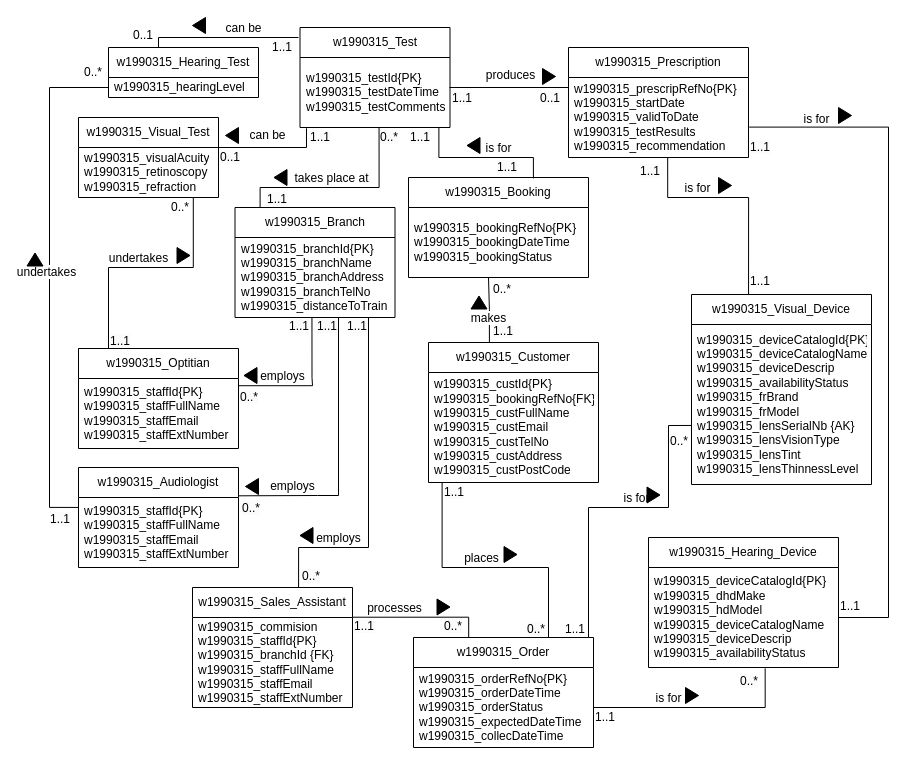
The draw.io diagram DB_cwk_Part_B.drawio in frajdzia/DB_cwk, before the edit. Source tidied: cells renumbered, new cells numbered last; positions are measured from the earlier drawing's top-left corner, leaving out a move shared by most shapes. Both pictures are drawn from the tidied source at 100%, with x=0, y=0 at pixel (28, 17).
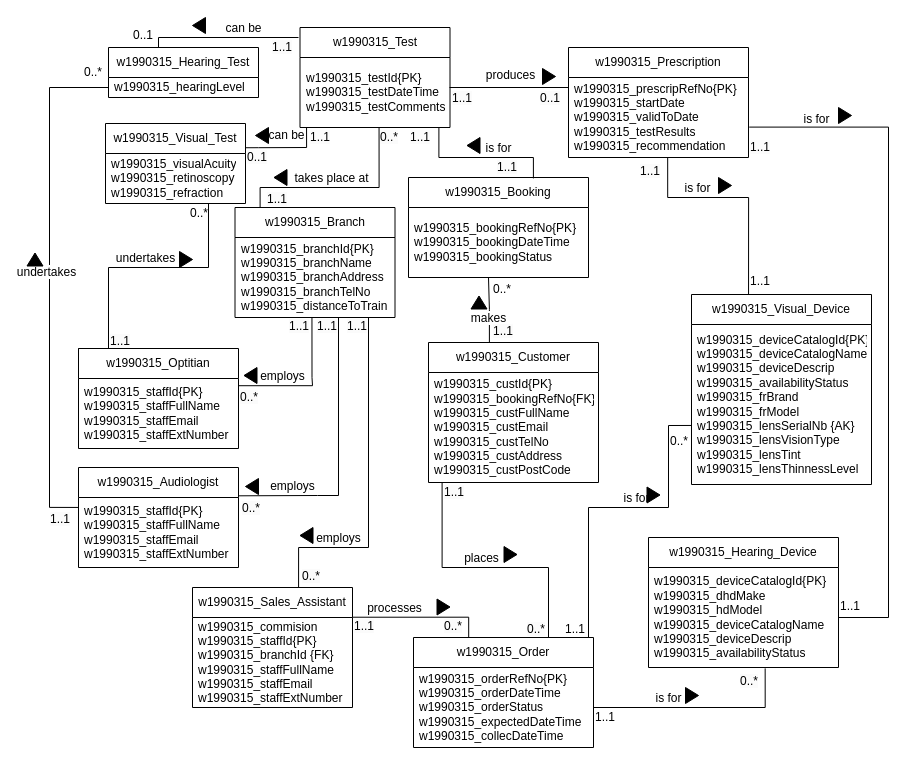
The same page after the edit.

Unchanged cells that the change refers to:
```xml
<mxCell id="17" value="&lt;span style=&quot;text-align: center;&quot;&gt;w1990315_&lt;/span&gt;visualAcuity&lt;br&gt;&lt;span style=&quot;text-align: center;&quot;&gt;w1990315_&lt;/span&gt;retinoscopy&lt;br&gt;&lt;span style=&quot;text-align: center;&quot;&gt;w1990315_&lt;/span&gt;refraction" style="text;strokeColor=none;fillColor=none;align=left;verticalAlign=middle;spacingLeft=4;spacingRight=4;overflow=hidden;points=[[0,0.5],[1,0.5]];portConstraint=eastwest;whiteSpace=wrap;html=1;" parent="16" vertex="1">
  <mxGeometry y="30" width="140" height="50" as="geometry" />
</mxCell>
<mxCell id="24" value="w1990315_Optitian" style="swimlane;fontStyle=0;horizontal=1;startSize=30;whiteSpace=wrap;html=1;" parent="1" vertex="1">
  <mxGeometry x="50" y="331" width="160" height="100" as="geometry" />
</mxCell>
<mxCell id="69" value="&lt;span style=&quot;color: rgb(0, 0, 0); font-family: Helvetica; font-size: 12px; font-style: normal; font-variant-ligatures: normal; font-variant-caps: normal; font-weight: 400; letter-spacing: normal; orphans: 2; text-align: center; text-indent: 0px; text-transform: none; widows: 2; word-spacing: 0px; -webkit-text-stroke-width: 0px; white-space: normal; background-color: rgb(251, 251, 251); text-decoration-thickness: initial; text-decoration-style: initial; text-decoration-color: initial; display: inline !important; float: none;&quot;&gt;1..1&lt;/span&gt;" style="text;whiteSpace=wrap;html=1;" parent="1" vertex="1">
  <mxGeometry x="280" y="106" width="30" height="20" as="geometry" />
</mxCell>
```

What changed in the source:
```diff
@@
     <mxCell id="16" value="w1990315_Visual_Test" style="swimlane;fontStyle=0;horizontal=1;startSize=30;whiteSpace=wrap;html=1;" parent="1" vertex="1">
-      <mxGeometry x="50" y="100" width="140" height="80" as="geometry" />
+      <mxGeometry x="77" y="106" width="140" height="80" as="geometry" />
     </mxCell>
@@
-    <mxCell id="37" value="can be" style="endArrow=none;html=1;endSize=12;startArrow=none;startSize=14;startFill=0;edgeStyle=orthogonalEdgeStyle;align=center;verticalAlign=bottom;endFill=0;rounded=0;fontSize=12;exitX=0.75;exitY=0;exitDx=0;exitDy=0;entryX=-0.065;entryY=0.196;entryDx=0;entryDy=0;entryPerimeter=0;" parent="1" edge="1" target="69">
+    <mxCell id="37" value="can be" style="endArrow=none;html=1;endSize=12;startArrow=none;startSize=14;startFill=0;edgeStyle=orthogonalEdgeStyle;align=center;verticalAlign=bottom;endFill=0;rounded=0;fontSize=12;entryX=-0.065;entryY=0.196;entryDx=0;entryDy=0;entryPerimeter=0;exitX=0.997;exitY=0.303;exitDx=0;exitDy=0;exitPerimeter=0;" parent="1" edge="1" source="16" target="69">
       <mxGeometry y="3" relative="1" as="geometry">
-        <mxPoint x="190" y="140" as="sourcePoint" />
         <Array as="points">
-          <mxPoint x="190" y="130" />
+          <mxPoint x="230" y="130" />
           <mxPoint x="278" y="130" />
-          <mxPoint x="278" y="111" />
-          <mxPoint x="278" y="111" />
         </Array>
       </mxGeometry>
     </mxCell>
@@
-    <mxCell id="39" value="undertakes" style="endArrow=none;html=1;endSize=12;startArrow=none;startSize=14;startFill=0;edgeStyle=orthogonalEdgeStyle;align=center;verticalAlign=bottom;endFill=0;rounded=0;fontSize=12;exitX=0;exitY=0;exitDx=0;exitDy=0;entryX=0.82;entryY=0.993;entryDx=0;entryDy=0;entryPerimeter=0;" parent="1" edge="1" source="24" target="17">
+    <mxCell id="39" value="undertakes" style="endArrow=none;html=1;endSize=12;startArrow=none;startSize=14;startFill=0;edgeStyle=orthogonalEdgeStyle;align=center;verticalAlign=bottom;endFill=0;rounded=0;fontSize=12;exitX=0;exitY=0;exitDx=0;exitDy=0;" parent="1" edge="1" source="24">
       <mxGeometry x="0.06" relative="1" as="geometry">
+        <mxPoint x="180" y="190" as="targetPoint" />
         <Array as="points">
           <mxPoint x="80" y="331" />
           <mxPoint x="80" y="250" />
-          <mxPoint x="165" y="250" />
+          <mxPoint x="180" y="250" />
+          <mxPoint x="180" y="186" />
         </Array>
       </mxGeometry>
     </mxCell>
@@
     <mxCell id="42" style="triangle;whiteSpace=wrap;html=1;fillColor=#000000;rotation=-180;" parent="1" vertex="1">
-      <mxGeometry x="197" y="110" width="13" height="16" as="geometry" />
+      <mxGeometry x="227" y="110" width="13" height="16" as="geometry" />
     </mxCell>
@@
     <mxCell id="46" style="triangle;whiteSpace=wrap;html=1;fillColor=#000000;rotation=0;" parent="1" vertex="1">
-      <mxGeometry x="148.5" y="230" width="13" height="16" as="geometry" />
+      <mxGeometry x="151" y="234" width="13" height="16" as="geometry" />
     </mxCell>
@@
     <mxCell id="52" value="0..*" style="text;html=1;align=center;verticalAlign=middle;whiteSpace=wrap;rounded=0;" parent="1" vertex="1">
-      <mxGeometry x="140" y="180" width="24" height="20" as="geometry" />
+      <mxGeometry x="158.5" y="186" width="24" height="20" as="geometry" />
     </mxCell>
@@
     <mxCell id="55" value="&lt;span style=&quot;color: rgb(0, 0, 0); font-family: Helvetica; font-size: 12px; font-style: normal; font-variant-ligatures: normal; font-variant-caps: normal; font-weight: 400; letter-spacing: normal; orphans: 2; text-align: center; text-indent: 0px; text-transform: none; widows: 2; word-spacing: 0px; -webkit-text-stroke-width: 0px; white-space: normal; background-color: rgb(251, 251, 251); text-decoration-thickness: initial; text-decoration-style: initial; text-decoration-color: initial; display: inline !important; float: none;&quot;&gt;0..1&lt;/span&gt;" style="text;whiteSpace=wrap;html=1;" parent="1" vertex="1">
-      <mxGeometry x="190" y="126" width="30" height="20" as="geometry" />
+      <mxGeometry x="217" y="126" width="30" height="20" as="geometry" />
     </mxCell>
```
